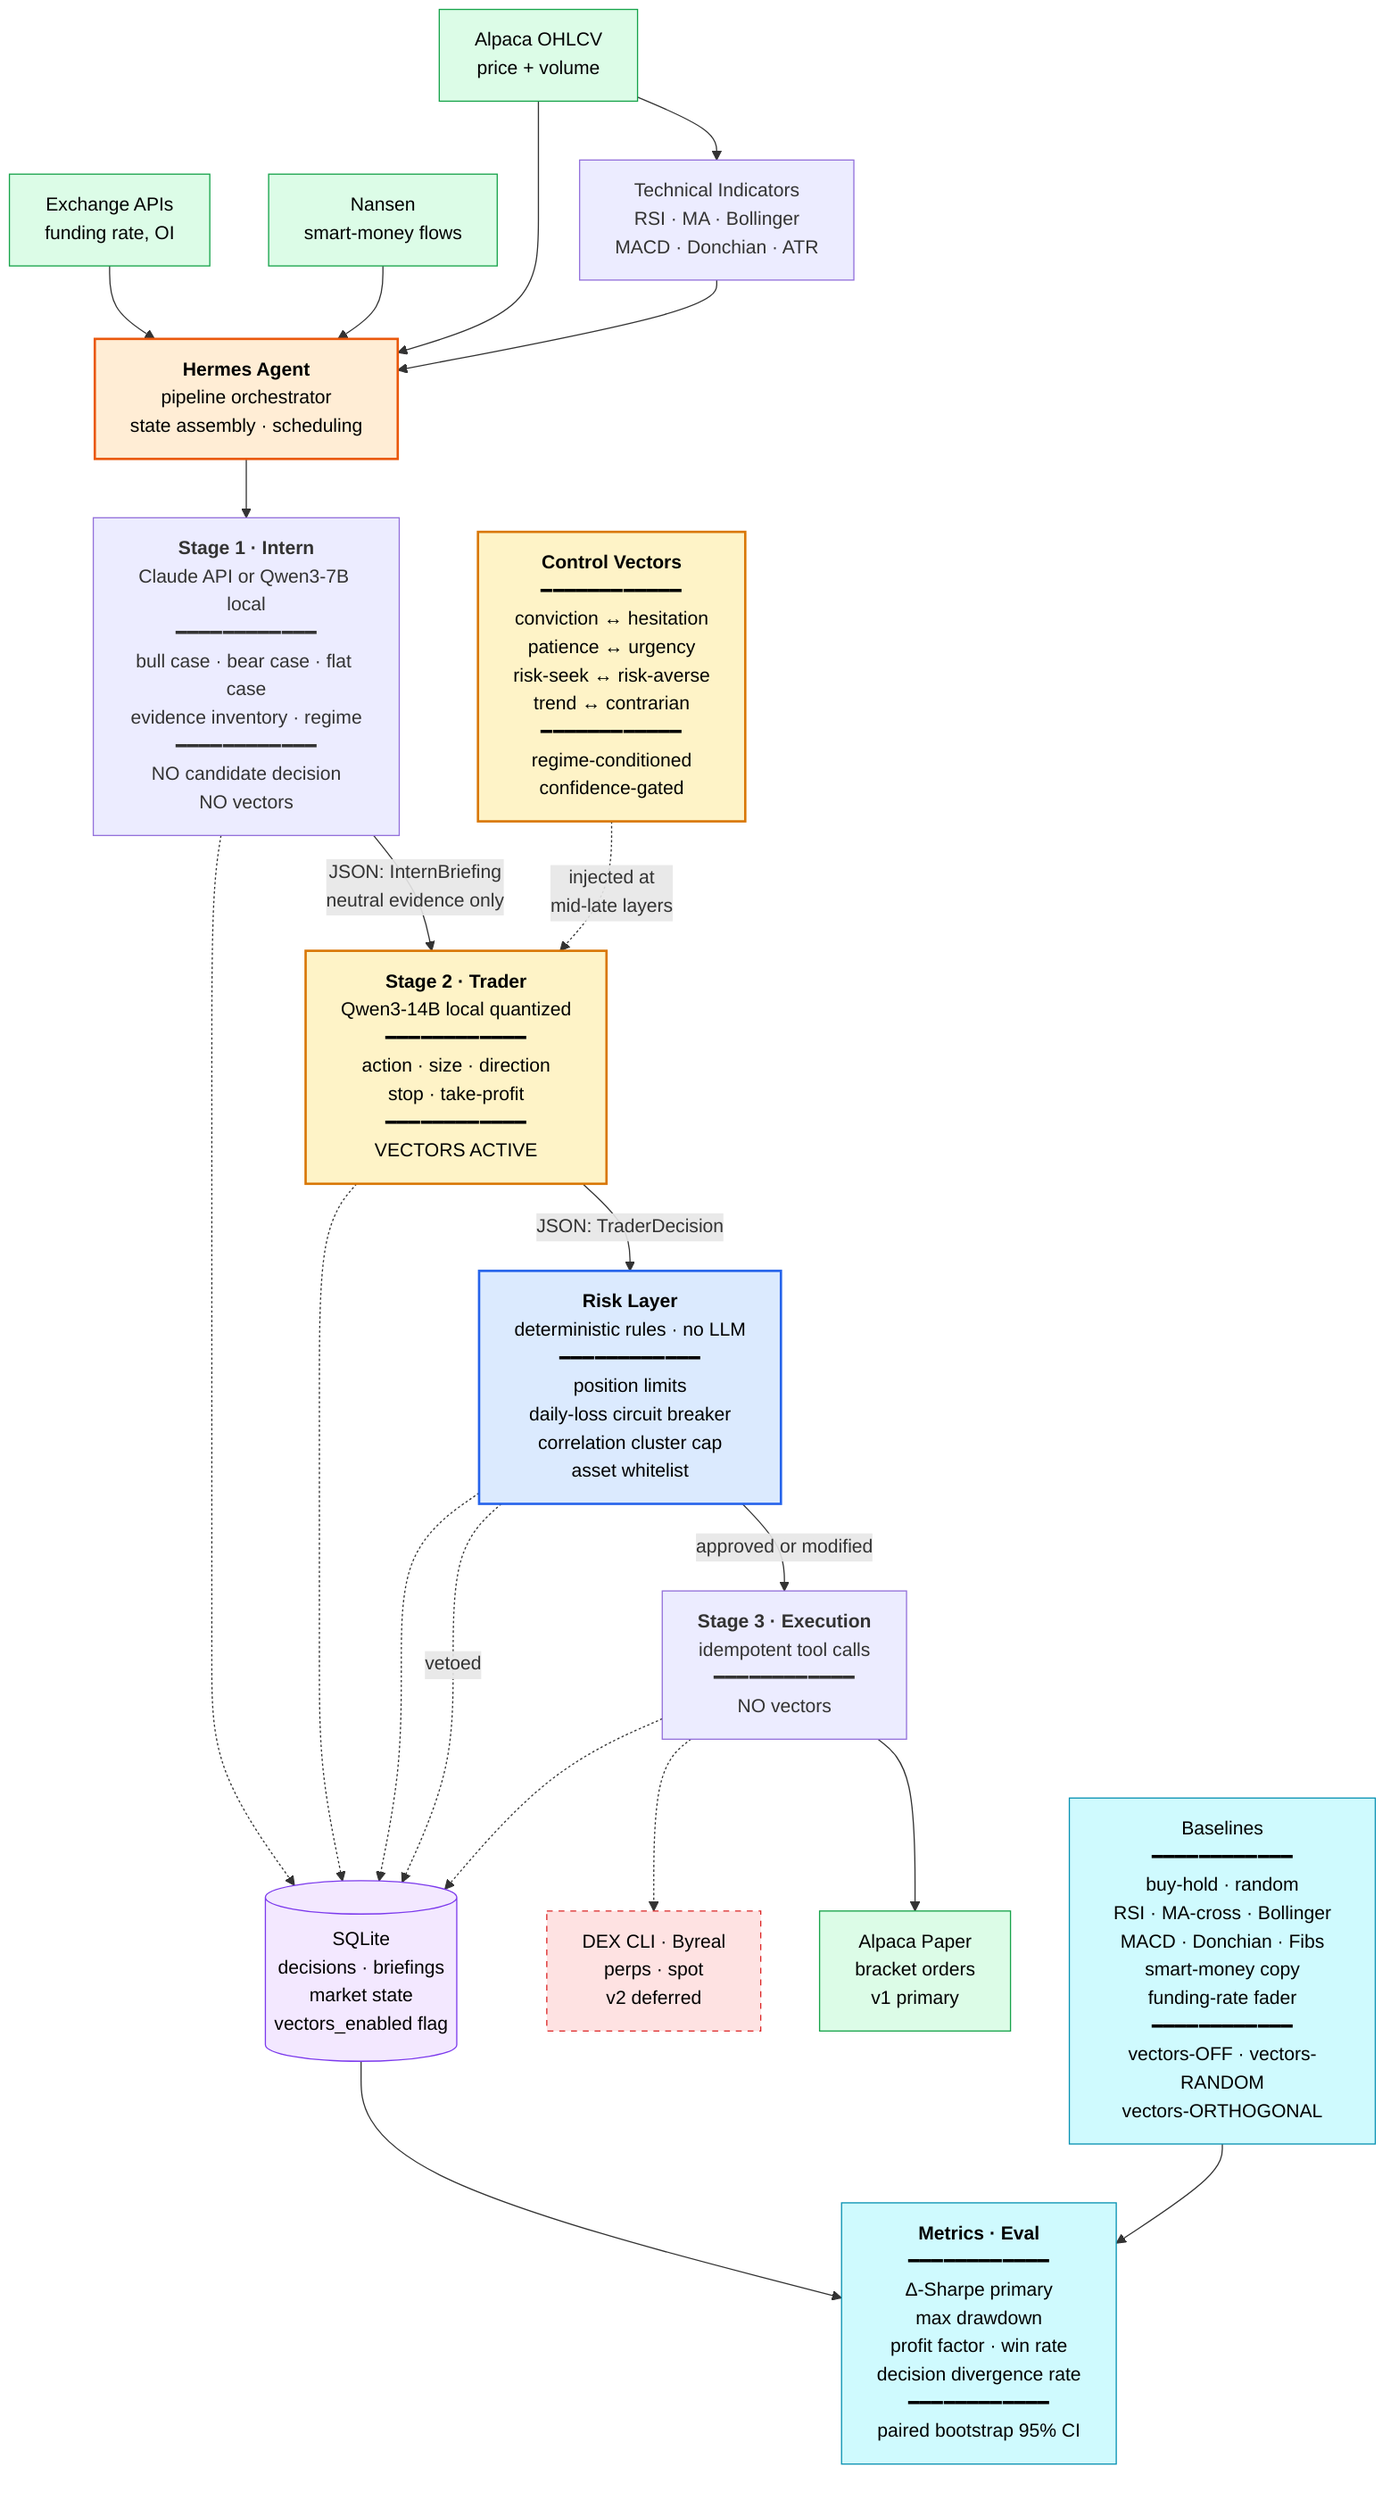
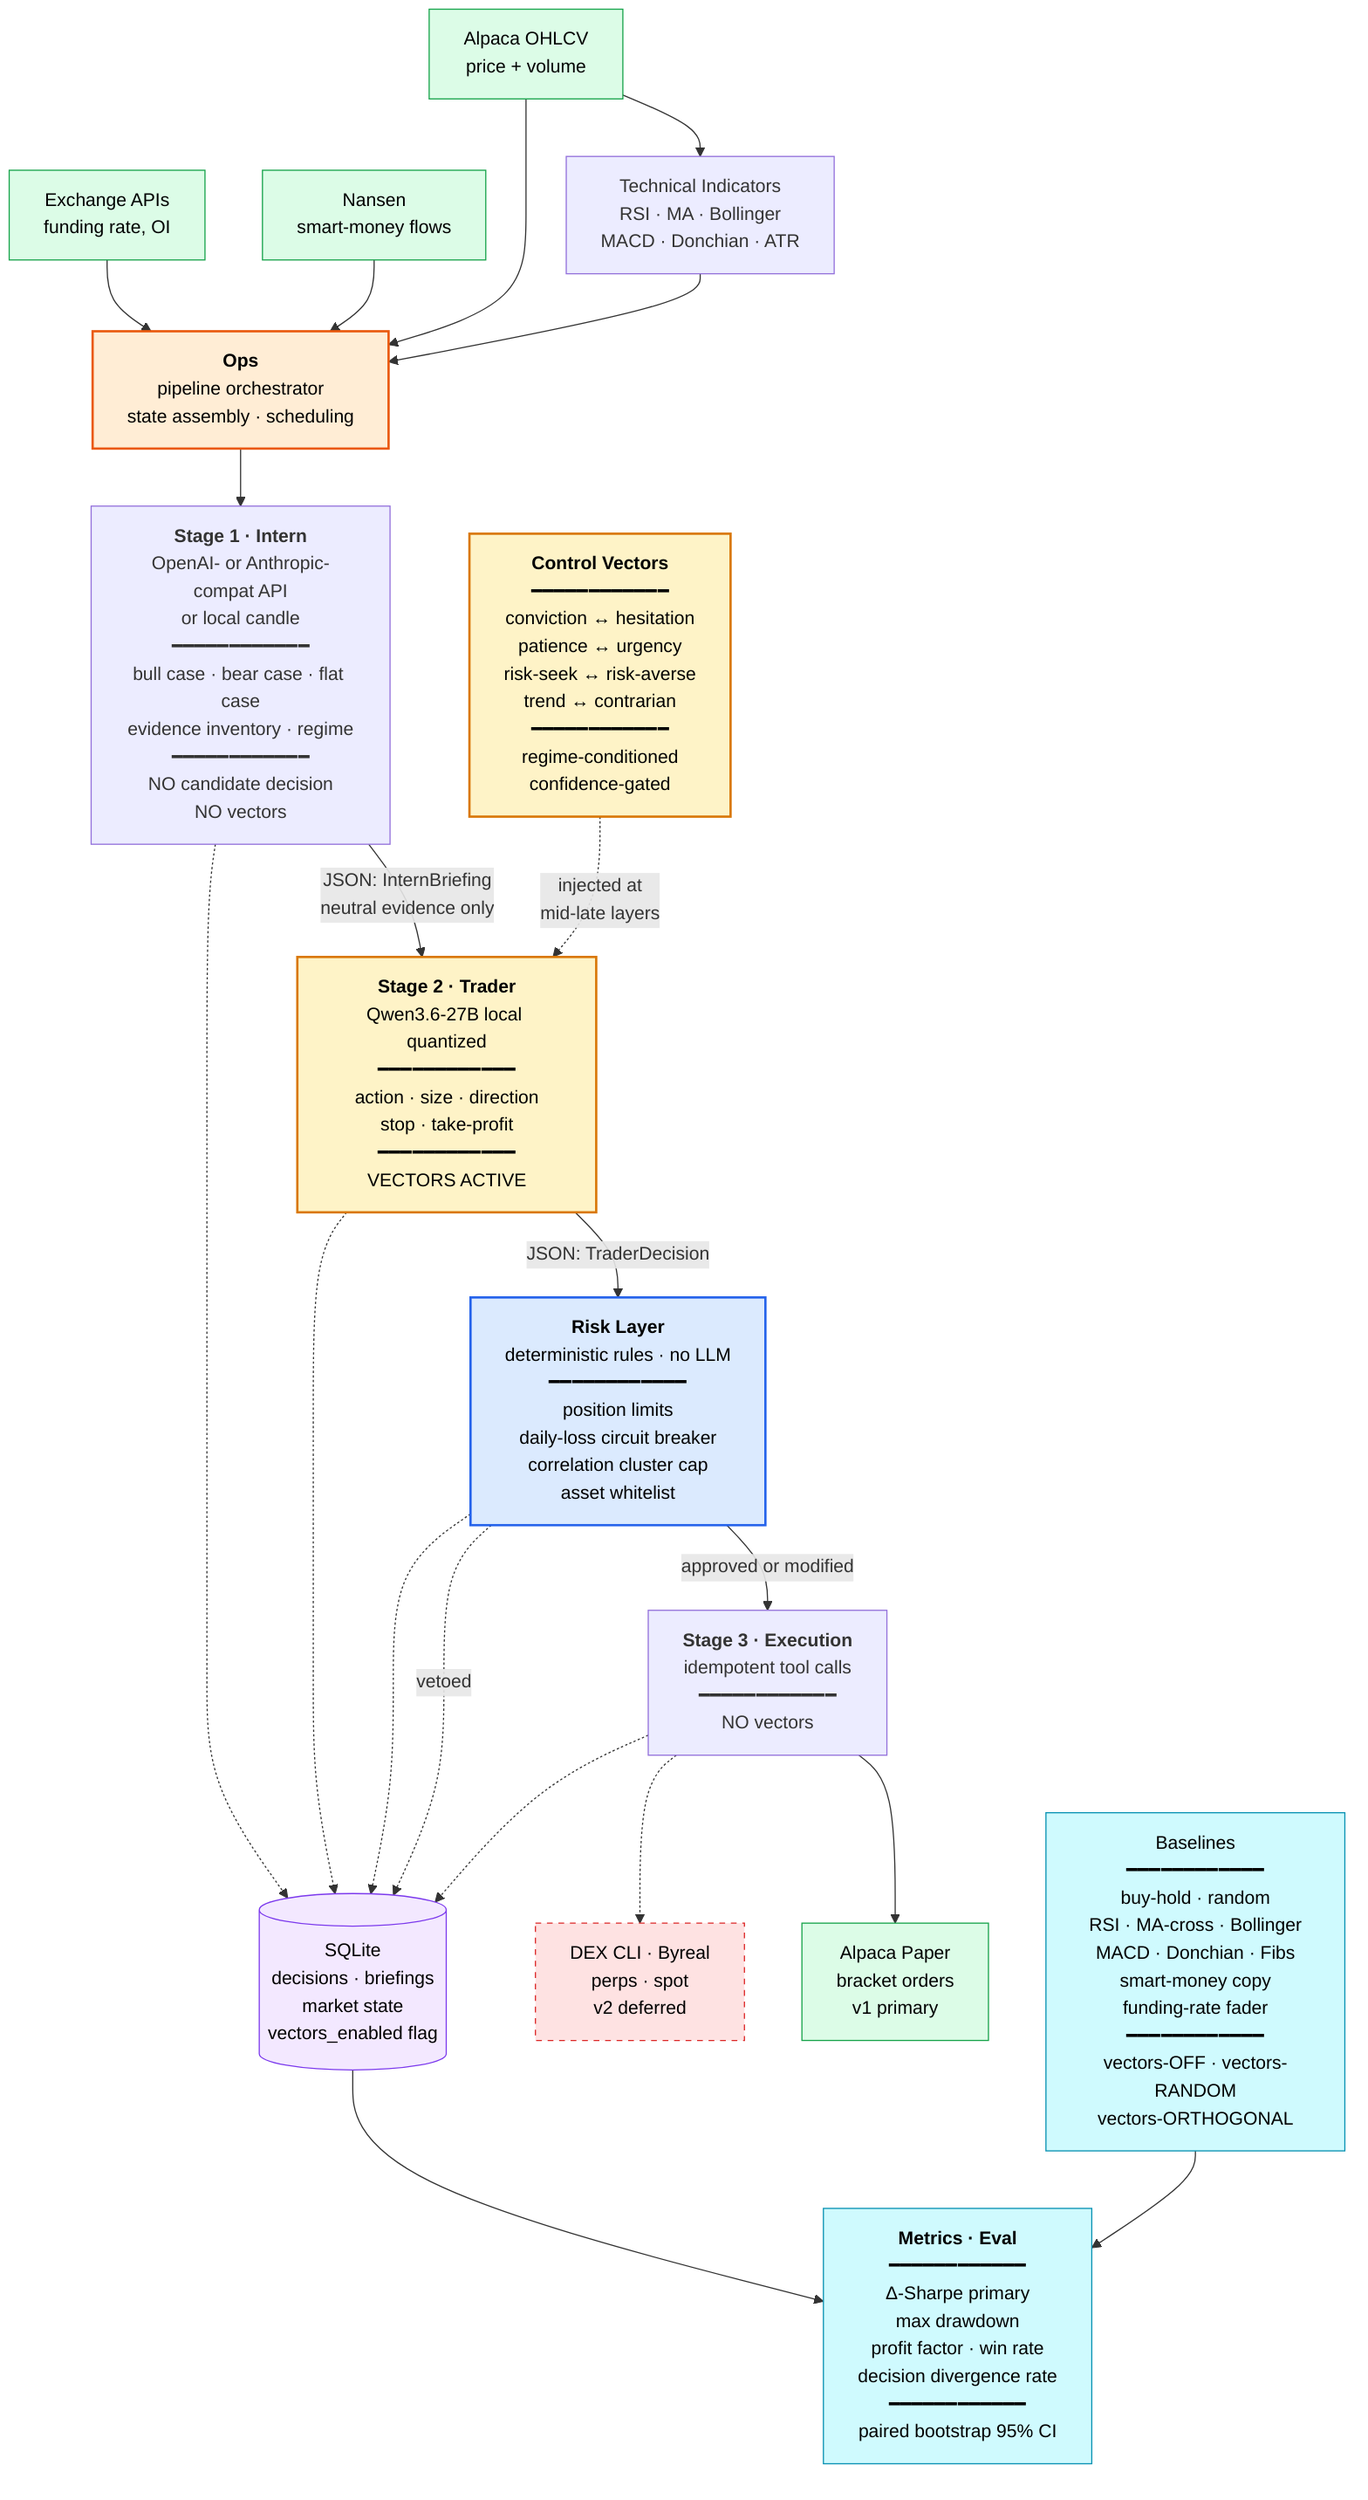
%% XIANVEC system architecture
%% Vertical flow: data sources at top, execution + metrics at bottom.
%% Yellow = vectors active. Blue = deterministic. Purple = storage. Green = external. Red dashed = deferred to v2.

flowchart TD
    %% ─────── Data sources ───────
    A1[Alpaca OHLCV<br/>price + volume]
    A2[Exchange APIs<br/>funding rate, OI]
    A3[Nansen<br/>smart-money flows]

    IND[Technical Indicators<br/>RSI · MA · Bollinger<br/>MACD · Donchian · ATR]

    %% ─────── Orchestrator ───────
-     HA[<b>Hermes Agent</b><br/>pipeline orchestrator<br/>state assembly · scheduling]
+     HA[<b>Ops</b><br/>pipeline orchestrator<br/>state assembly · scheduling]

    %% ─────── Stage 1 · Intern ───────
-     S1[<b>Stage 1 · Intern</b><br/>Claude API or Qwen3-7B local<br/>━━━━━━━━━━━━<br/>bull case · bear case · flat case<br/>evidence inventory · regime<br/>━━━━━━━━━━━━<br/>NO candidate decision<br/>NO vectors]
+     S1[<b>Stage 1 · Intern</b><br/>OpenAI- or Anthropic-compat API<br/>or local candle<br/>━━━━━━━━━━━━<br/>bull case · bear case · flat case<br/>evidence inventory · regime<br/>━━━━━━━━━━━━<br/>NO candidate decision<br/>NO vectors]

    %% ─────── Stage 2 · Trader ───────
-     S2[<b>Stage 2 · Trader</b><br/>Qwen3-14B local quantized<br/>━━━━━━━━━━━━<br/>action · size · direction<br/>stop · take-profit<br/>━━━━━━━━━━━━<br/>VECTORS ACTIVE]
+     S2[<b>Stage 2 · Trader</b><br/>Qwen3.6-27B local quantized<br/>━━━━━━━━━━━━<br/>action · size · direction<br/>stop · take-profit<br/>━━━━━━━━━━━━<br/>VECTORS ACTIVE]

    CV[<b>Control Vectors</b><br/>━━━━━━━━━━━━<br/>conviction ↔ hesitation<br/>patience ↔ urgency<br/>risk-seek ↔ risk-averse<br/>trend ↔ contrarian<br/>━━━━━━━━━━━━<br/>regime-conditioned<br/>confidence-gated]

    %% ─────── Risk layer ───────
    R[<b>Risk Layer</b><br/>deterministic rules · no LLM<br/>━━━━━━━━━━━━<br/>position limits<br/>daily-loss circuit breaker<br/>correlation cluster cap<br/>asset whitelist]

    %% ─────── Stage 3 + targets ───────
    S3[<b>Stage 3 · Execution</b><br/>idempotent tool calls<br/>━━━━━━━━━━━━<br/>NO vectors]
    AP[Alpaca Paper<br/>bracket orders<br/>v1 primary]
    DEX[DEX CLI · Byreal<br/>perps · spot<br/>v2 deferred]

    %% ─────── Storage + eval ───────
    DB[(SQLite<br/>decisions · briefings<br/>market state<br/>vectors_enabled flag)]

    M[<b>Metrics · Eval</b><br/>━━━━━━━━━━━━<br/>Δ-Sharpe primary<br/>max drawdown<br/>profit factor · win rate<br/>decision divergence rate<br/>━━━━━━━━━━━━<br/>paired bootstrap 95% CI]

    BL[Baselines<br/>━━━━━━━━━━━━<br/>buy-hold · random<br/>RSI · MA-cross · Bollinger<br/>MACD · Donchian · Fibs<br/>smart-money copy<br/>funding-rate fader<br/>━━━━━━━━━━━━<br/>vectors-OFF · vectors-RANDOM<br/>vectors-ORTHOGONAL]

    %% ─────── Edges ───────
    A1 --> IND
    A1 --> HA
    A2 --> HA
    A3 --> HA
    IND --> HA

    HA --> S1
    S1 -->|JSON: InternBriefing<br/>neutral evidence only| S2
    CV -.->|injected at<br/>mid-late layers| S2
    S2 -->|JSON: TraderDecision| R

    R -->|approved or modified| S3
    R -.->|vetoed| DB

    S3 --> AP
    S3 -.-> DEX

    S1 -.-> DB
    S2 -.-> DB
    R -.-> DB
    S3 -.-> DB

    DB --> M
    BL --> M

    %% ─────── Styling ───────
    classDef vectorOn fill:#fef3c7,stroke:#d97706,stroke-width:2px,color:#000
    classDef deterministic fill:#dbeafe,stroke:#2563eb,stroke-width:2px,color:#000
    classDef storage fill:#f3e8ff,stroke:#7c3aed,color:#000
    classDef external fill:#dcfce7,stroke:#16a34a,color:#000
    classDef deferred fill:#fee2e2,stroke:#dc2626,stroke-dasharray:5 5,color:#000
    classDef orchestrator fill:#ffedd5,stroke:#ea580c,stroke-width:2px,color:#000
    classDef eval fill:#cffafe,stroke:#0891b2,color:#000

    class S2,CV vectorOn
    class R deterministic
    class DB storage
    class A1,A2,A3,AP external
    class DEX deferred
    class HA orchestrator
    class M,BL eval
